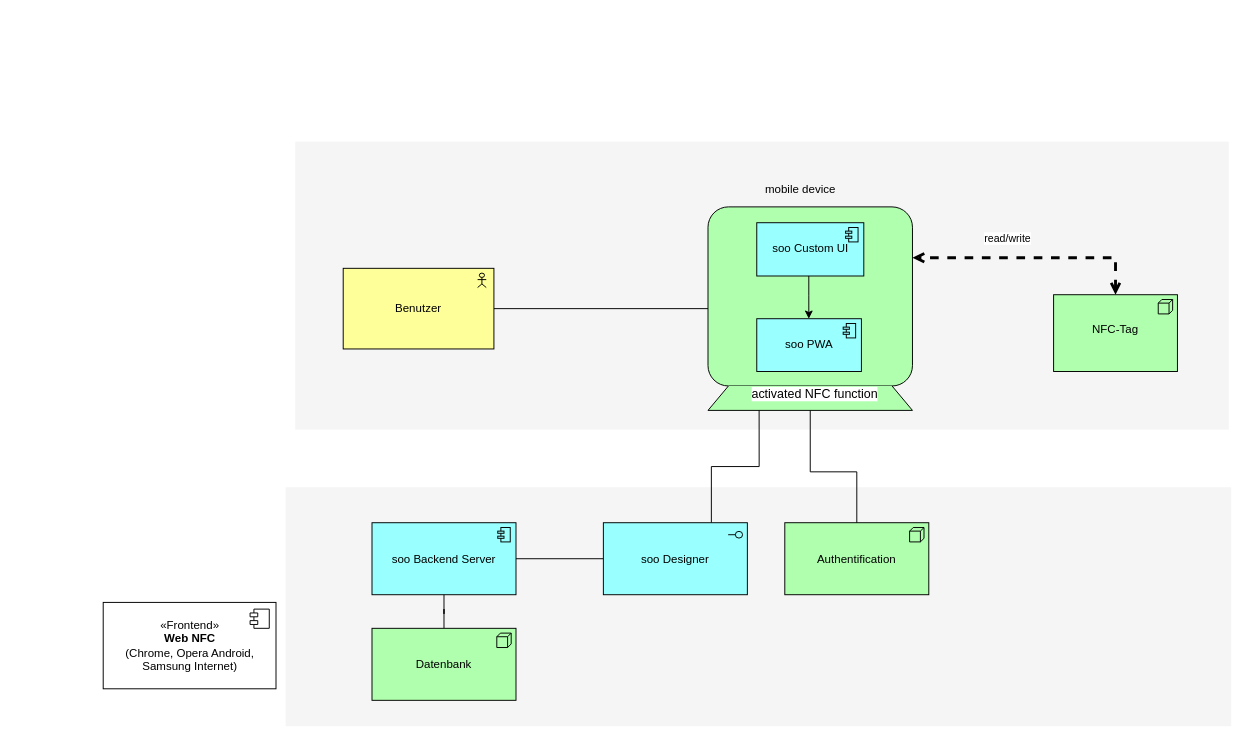
Before: page "Page-1" (1 of 4) of Architektur.drawio in ngock/AndroidFirestoreArchitectureComponents, a draw.io diagram. Source tidied: cells renumbered, new cells numbered last; positions are measured from the earlier drawing's top-left corner, leaving out a move shared by most shapes. Both pictures are drawn from the tidied source at 96%, with x=0, y=0 at pixel (103, 141).
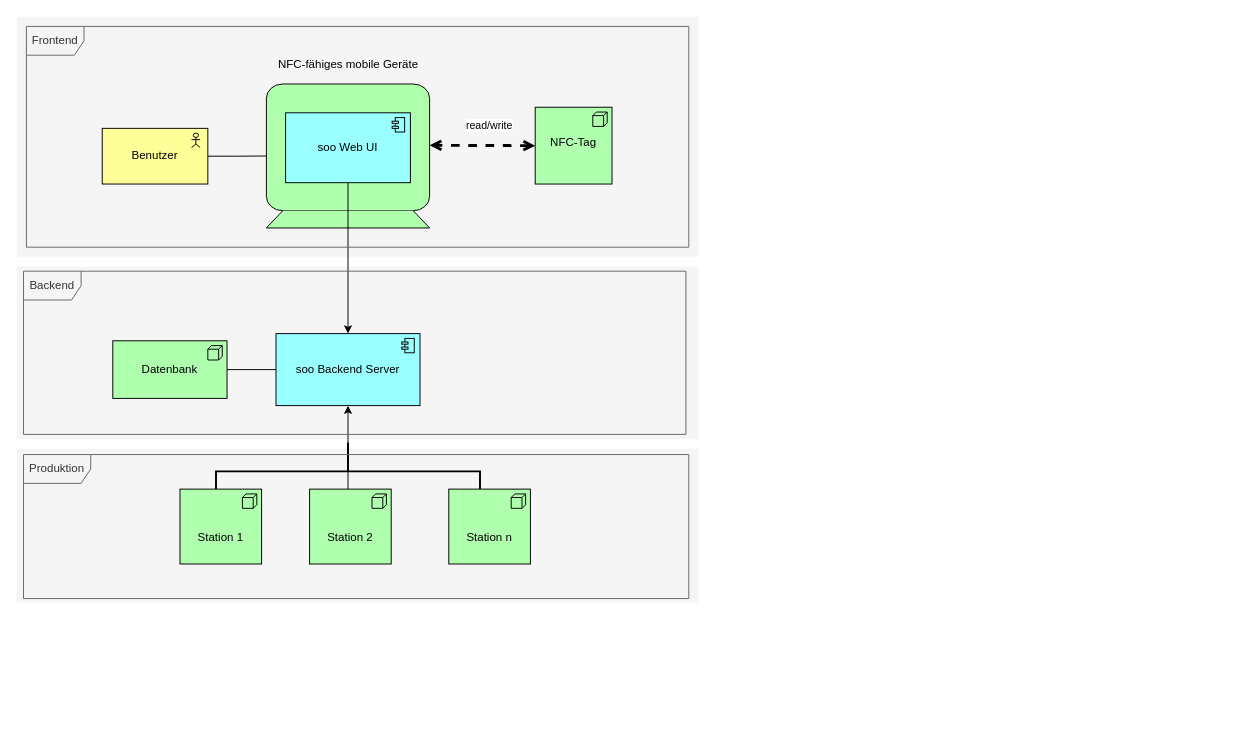
Above is the later version.

The edit, as a diff of the source:
```diff
@@
-    <mxCell id="2" value="«Frontend»&lt;br&gt;&lt;b&gt;Web NFC&lt;br&gt;&lt;/b&gt;(Chrome, Opera Android, &lt;br&gt;Samsung Internet)" style="html=1;" parent="1" vertex="1">
-      <mxGeometry y="480" width="180" height="90" as="geometry" />
-    </mxCell>
-    <mxCell id="3" style="shape=module;jettyWidth=8;jettyHeight=4;" parent="2" vertex="1">
-      <mxGeometry x="1" width="20" height="20" relative="1" as="geometry">
-        <mxPoint x="-27" y="7" as="offset" />
-      </mxGeometry>
-    </mxCell>
     <mxCell id="4" style="whiteSpace=wrap;html=1;strokeColor=none;strokeWidth=1;fillColor=#f5f5f5;fontSize=14;" parent="1" vertex="1">
-      <mxGeometry x="200" width="972.5" height="300" as="geometry" />
+      <mxGeometry x="-90" y="-130" width="710" height="250" as="geometry" />
     </mxCell>
     <mxCell id="5" style="whiteSpace=wrap;html=1;strokeColor=none;strokeWidth=1;fillColor=#f5f5f5;fontSize=14;fontStyle=1;" parent="1" vertex="1">
-      <mxGeometry x="190" y="360" width="985" height="249" as="geometry" />
+      <mxGeometry x="-90" y="130" width="710" height="180" as="geometry" />
     </mxCell>
-    <mxCell id="6" style="edgeStyle=orthogonalEdgeStyle;rounded=0;jettySize=auto;html=1;exitX=1;exitY=0.5;exitDx=0;exitDy=0;exitPerimeter=0;endArrow=none;endFill=0;" parent="1" edge="1" source="7" target="18">
-      <mxGeometry relative="1" as="geometry" />
-    </mxCell>
     <mxCell id="7" value="soo Backend Server" style="html=1;outlineConnect=0;whiteSpace=wrap;fillColor=#99ffff;shape=mxgraph.archimate3.application;appType=comp;archiType=square;" parent="1" vertex="1">
-      <mxGeometry x="280" y="397" width="150" height="75" as="geometry" />
+      <mxGeometry x="180" y="200" width="150" height="75" as="geometry" />
     </mxCell>
     <mxCell id="8" style="html=1;outlineConnect=0;whiteSpace=wrap;fillColor=#AFFFAF;shape=mxgraph.archimate3.device;" parent="1" vertex="1">
-      <mxGeometry x="630" y="68" width="213" height="212" as="geometry" />
+      <mxGeometry x="170" y="-60" width="170" height="150" as="geometry" />
     </mxCell>
@@
     <mxCell id="10" value="Benutzer" style="html=1;outlineConnect=0;whiteSpace=wrap;fillColor=#ffff99;shape=mxgraph.archimate3.application;appType=actor;archiType=square;" parent="1" vertex="1">
-      <mxGeometry x="250" y="132" width="157" height="84" as="geometry" />
+      <mxGeometry x="-1" y="-13.8" width="110" height="58" as="geometry" />
     </mxCell>
@@
     <mxCell id="12" value="Datenbank" style="html=1;outlineConnect=0;whiteSpace=wrap;fillColor=#AFFFAF;shape=mxgraph.archimate3.application;appType=node;archiType=square;" parent="1" vertex="1">
-      <mxGeometry x="280" y="507" width="150" height="75" as="geometry" />
+      <mxGeometry x="10" y="207.5" width="119" height="60" as="geometry" />
     </mxCell>
-    <mxCell id="13" style="edgeStyle=orthogonalEdgeStyle;rounded=0;jettySize=auto;html=1;fontColor=#000000;" parent="1" edge="1" source="14" target="23">
-      <mxGeometry relative="1" as="geometry">
-        <Array as="points">
-          <mxPoint x="735" y="160" />
-          <mxPoint x="735" y="160" />
-        </Array>
-      </mxGeometry>
-    </mxCell>
+    <mxCell id="25" style="edgeStyle=orthogonalEdgeStyle;rounded=0;jettySize=auto;html=1;" parent="1" edge="1" source="14" target="7">
+      <mxGeometry relative="1" as="geometry" />
+    </mxCell>
-    <mxCell id="14" value="soo Custom UI" style="html=1;outlineConnect=0;whiteSpace=wrap;fillColor=#99ffff;shape=mxgraph.archimate3.application;appType=comp;archiType=square;" parent="1" vertex="1">
-      <mxGeometry x="680.8" y="84.5" width="111.5" height="55.5" as="geometry" />
+    <mxCell id="14" value="soo Web UI" style="html=1;outlineConnect=0;whiteSpace=wrap;fillColor=#99ffff;shape=mxgraph.archimate3.application;appType=comp;archiType=square;" parent="1" vertex="1">
+      <mxGeometry x="190" y="-30" width="130" height="72.8" as="geometry" />
     </mxCell>
-    <mxCell id="15" value="Authentification" style="html=1;outlineConnect=0;whiteSpace=wrap;fillColor=#AFFFAF;shape=mxgraph.archimate3.application;appType=node;archiType=square;" parent="1" vertex="1">
-      <mxGeometry x="710" y="397" width="150" height="75" as="geometry" />
-    </mxCell>
     <mxCell id="16" value="NFC-Tag&lt;br&gt;&lt;br&gt;&lt;br&gt;&lt;br&gt;&lt;br&gt;&lt;br&gt;" style="html=1;outlineConnect=0;whiteSpace=wrap;fillColor=#AFFFAF;shape=mxgraph.archimate3.application;appType=node;archiType=square;spacingTop=65;" parent="1" vertex="1">
-      <mxGeometry x="990" y="159.5" width="129" height="80" as="geometry" />
+      <mxGeometry x="450" y="-35.8" width="80" height="80" as="geometry" />
     </mxCell>
-    <mxCell id="17" style="edgeStyle=orthogonalEdgeStyle;rounded=0;jettySize=auto;html=1;endArrow=none;endFill=0;exitX=0.75;exitY=0;exitDx=0;exitDy=0;exitPerimeter=0;entryX=0.25;entryY=1;entryDx=0;entryDy=0;entryPerimeter=0;" parent="1" edge="1" source="18" target="8">
-      <mxGeometry relative="1" as="geometry" />
-    </mxCell>
-    <mxCell id="18" value="soo Designer" style="html=1;outlineConnect=0;whiteSpace=wrap;fillColor=#99ffff;shape=mxgraph.archimate3.application;appType=interface;archiType=square;" parent="1" vertex="1">
-      <mxGeometry x="521" y="397" width="150" height="75" as="geometry" />
-    </mxCell>
-    <mxCell id="19" style="edgeStyle=elbowEdgeStyle;html=1;endArrow=open;elbow=vertical;endFill=1;rounded=0;strokeWidth=3;startArrow=open;startFill=0;entryX=1;entryY=0.25;entryDx=0;entryDy=0;entryPerimeter=0;exitX=0.5;exitY=0;exitDx=0;exitDy=0;exitPerimeter=0;dashed=1;" parent="1" edge="1" source="16" target="8">
-      <mxGeometry relative="1" as="geometry">
-        <Array as="points">
-          <mxPoint x="960" y="121" />
-        </Array>
-      </mxGeometry>
-    </mxCell>
-    <mxCell id="20" value="activated NFC function" style="edgeLabel;html=1;align=center;verticalAlign=middle;spacingBottom=15;fontSize=13;" parent="19" vertex="1">
-      <mxGeometry x="0.04" y="2" relative="1" as="geometry">
-        <mxPoint x="-223" y="147" as="offset" />
-      </mxGeometry>
-    </mxCell>
+    <mxCell id="24" value="NFC-fähiges mobile Geräte" style="text;html=1;align=center;verticalAlign=middle;strokeColor=none;fillColor=none;fontColor=#000000;" parent="1" vertex="1">
+      <mxGeometry x="175" y="-90" width="160" height="20" as="geometry" />
+    </mxCell>
+    <mxCell id="26" style="whiteSpace=wrap;html=1;strokeColor=none;strokeWidth=1;fillColor=#f5f5f5;fontSize=14;" parent="1" vertex="1">
+      <mxGeometry x="-90" y="320" width="710" height="160" as="geometry" />
+    </mxCell>
+    <mxCell id="27" style="edgeStyle=elbowEdgeStyle;html=1;endArrow=open;elbow=vertical;endFill=1;rounded=0;strokeWidth=3;startArrow=open;startFill=0;dashed=1;exitX=0;exitY=0.5;exitDx=0;exitDy=0;exitPerimeter=0;" parent="1" edge="1" source="16">
+      <mxGeometry relative="1" as="geometry">
+        <mxPoint x="340" y="4.2" as="targetPoint" />
+        <Array as="points">
+          <mxPoint x="455.5" y="3.9" />
+          <mxPoint x="435.5" y="-0.1" />
+          <mxPoint x="435.5" y="-26.1" />
+        </Array>
+      </mxGeometry>
+    </mxCell>
-    <mxCell id="21" value="read/write" style="edgeLabel;html=1;align=center;verticalAlign=middle;fontColor=#000000;" parent="19" vertex="1">
+    <mxCell id="21" value="read/write" style="edgeLabel;html=1;align=center;verticalAlign=middle;fontColor=#000000;" parent="27" vertex="1">
       <mxGeometry x="0.48" y="1" relative="1" as="geometry">
         <mxPoint x="33" y="-22" as="offset" />
       </mxGeometry>
     </mxCell>
-    <mxCell id="22" style="edgeStyle=elbowEdgeStyle;html=1;endArrow=none;elbow=vertical;rounded=0;entryX=0.5;entryY=0;entryDx=0;entryDy=0;entryPerimeter=0;exitX=0.5;exitY=1;exitDx=0;exitDy=0;exitPerimeter=0;" parent="1" edge="1" source="8" target="15">
-      <mxGeometry relative="1" as="geometry">
-        <Array as="points">
-          <mxPoint x="785" y="344" />
-          <mxPoint x="863" y="340" />
-        </Array>
-      </mxGeometry>
-    </mxCell>
-    <mxCell id="23" value="soo PWA" style="html=1;outlineConnect=0;whiteSpace=wrap;fillColor=#99ffff;shape=mxgraph.archimate3.application;appType=comp;archiType=square;" parent="1" vertex="1">
-      <mxGeometry x="680.8" y="184.5" width="109" height="55" as="geometry" />
-    </mxCell>
-    <mxCell id="24" value="mobile device" style="text;html=1;align=center;verticalAlign=middle;strokeColor=none;fillColor=none;fontColor=#000000;" parent="1" vertex="1">
-      <mxGeometry x="680.8" y="40" width="90" height="20" as="geometry" />
-    </mxCell>
+    <mxCell id="28" style="edgeStyle=orthogonalEdgeStyle;rounded=0;jettySize=auto;html=1;entryX=0.5;entryY=1;entryDx=0;entryDy=0;entryPerimeter=0;" parent="1" edge="1" source="29" target="7">
+      <mxGeometry relative="1" as="geometry">
+        <Array as="points">
+          <mxPoint x="255" y="330" />
+          <mxPoint x="255" y="330" />
+        </Array>
+      </mxGeometry>
+    </mxCell>
+    <mxCell id="29" value="Station 2&lt;br&gt;&lt;br&gt;&lt;br&gt;&lt;br&gt;" style="html=1;outlineConnect=0;whiteSpace=wrap;fillColor=#AFFFAF;shape=mxgraph.archimate3.application;appType=node;archiType=square;spacingTop=65;" parent="1" vertex="1">
+      <mxGeometry x="215" y="362" width="85" height="78" as="geometry" />
+    </mxCell>
+    <mxCell id="30" style="strokeWidth=2;html=1;shape=mxgraph.flowchart.annotation_2;align=left;labelPosition=right;rotation=90;" parent="1" vertex="1">
+      <mxGeometry x="225" y="206" width="60" height="275" as="geometry" />
+    </mxCell>
+    <mxCell id="31" value="Backend" style="shape=umlFrame;whiteSpace=wrap;html=1;fillColor=#f5f5f5;strokeColor=#666666;labelBackgroundColor=none;shadow=0;fontColor=#333333;" parent="1" vertex="1">
+      <mxGeometry x="-83" y="135" width="690" height="170" as="geometry" />
+    </mxCell>
+    <mxCell id="32" value="Produktion" style="shape=umlFrame;whiteSpace=wrap;html=1;fillColor=#f5f5f5;strokeColor=#666666;labelBackgroundColor=none;shadow=0;fontColor=#333333;width=70;height=30;" parent="1" vertex="1">
+      <mxGeometry x="-83" y="326" width="693" height="150" as="geometry" />
+    </mxCell>
+    <mxCell id="33" value="Station n&lt;br&gt;&lt;br&gt;&lt;br&gt;&lt;br&gt;" style="html=1;whiteSpace=wrap;fillColor=#AFFFAF;shape=mxgraph.archimate3.application;appType=node;archiType=square;spacingTop=65;" parent="1" vertex="1">
+      <mxGeometry x="360" y="362" width="85" height="78" as="geometry" />
+    </mxCell>
+    <mxCell id="34" value="Station 1&lt;br&gt;&lt;br&gt;&lt;br&gt;&lt;br&gt;" style="html=1;whiteSpace=wrap;fillColor=#AFFFAF;shape=mxgraph.archimate3.application;appType=node;archiType=square;spacingTop=65;" parent="1" vertex="1">
+      <mxGeometry x="80" y="362" width="85" height="78" as="geometry" />
+    </mxCell>
+    <mxCell id="35" value="Frontend" style="shape=umlFrame;whiteSpace=wrap;html=1;fillColor=#f5f5f5;strokeColor=#666666;labelBackgroundColor=none;shadow=0;fontColor=#333333;" parent="1" vertex="1">
+      <mxGeometry x="-80" y="-120" width="690" height="230" as="geometry" />
+    </mxCell>
```
